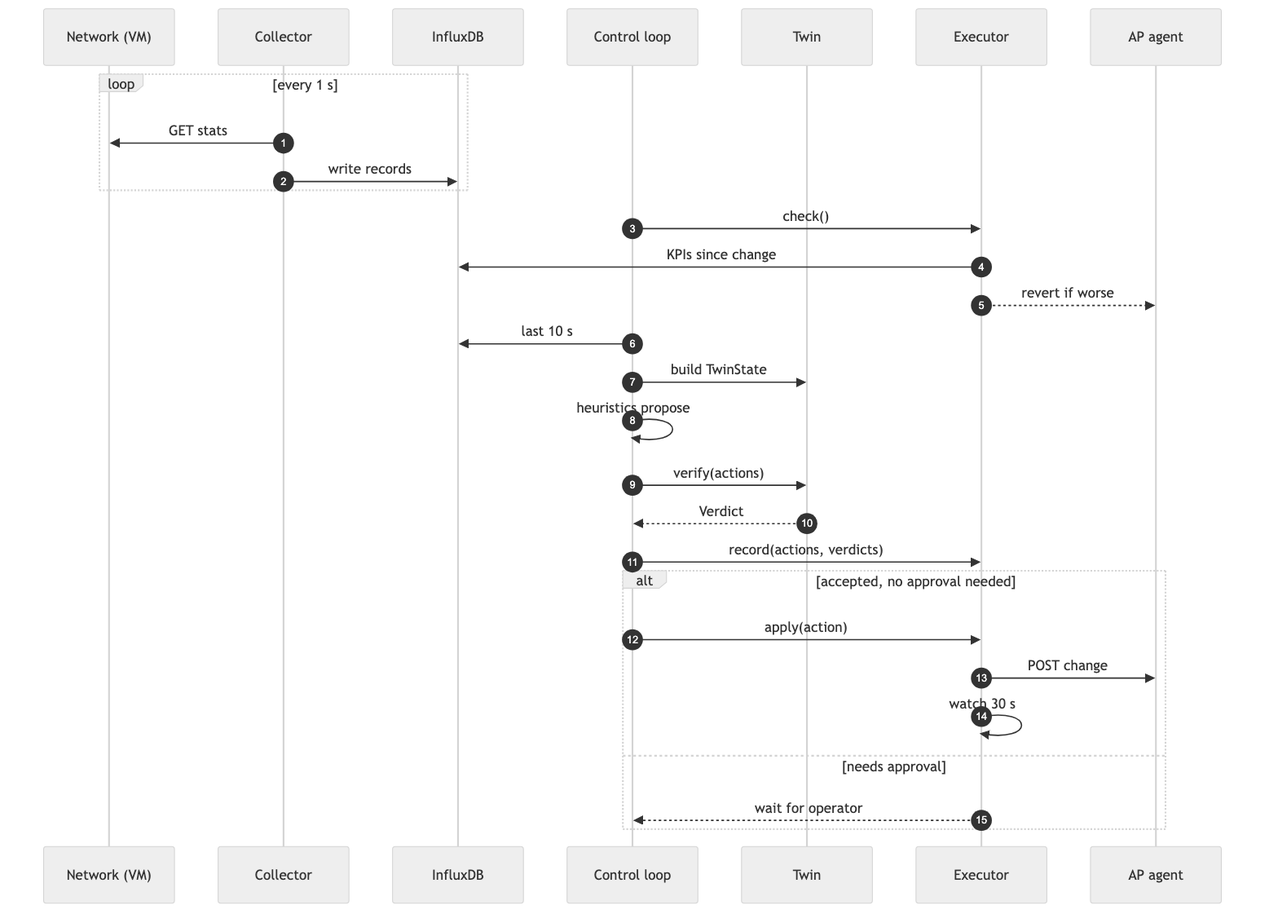
Earlier version of the Mermaid export docs/report/figures/fig-3-2.png (AggimallaAbhishek/Digital-Twin-SDN). Its source is kept beside it as docs/report/figures/fig-3-2.mmd.
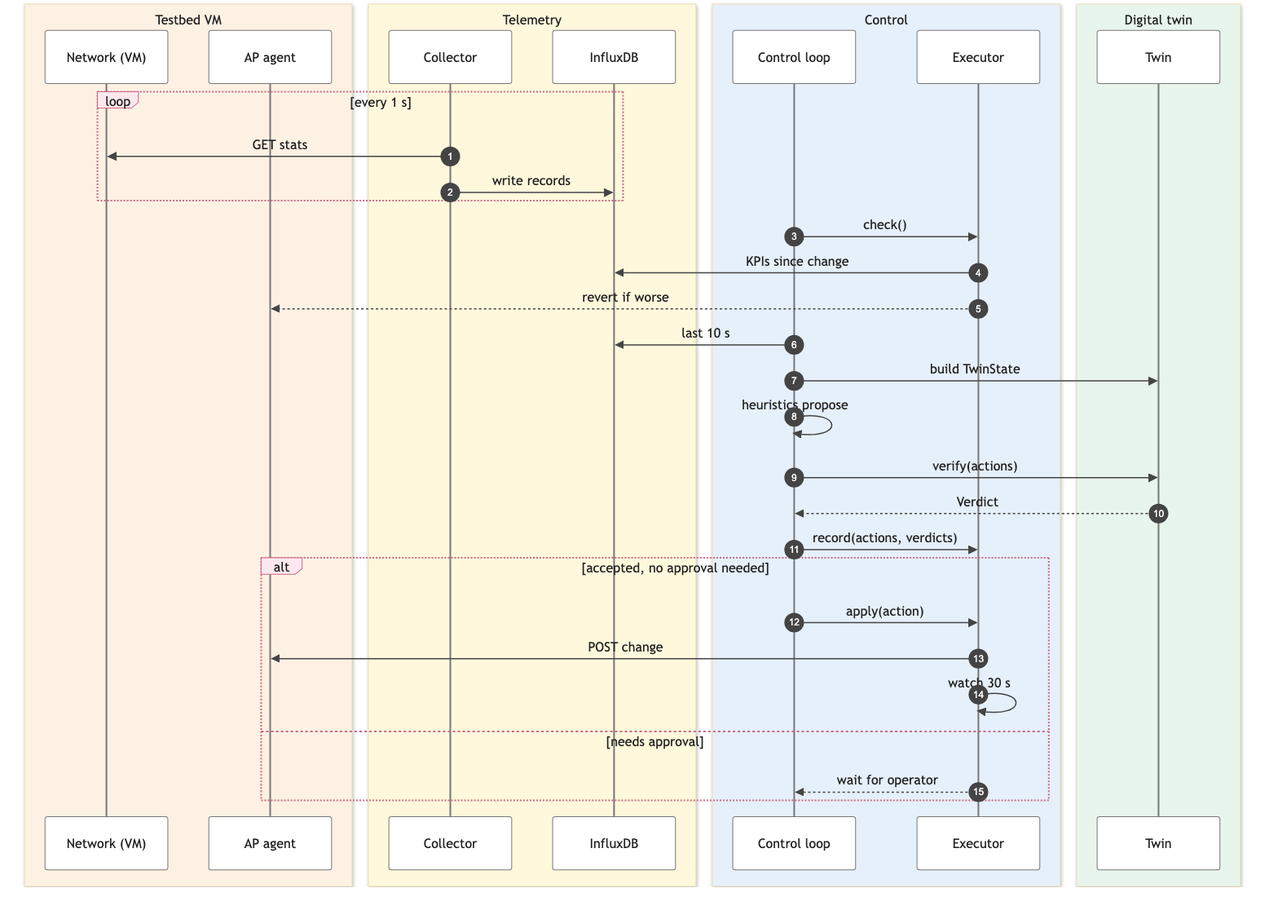
The same file after the commit.

What changed in the source:
```diff
@@ -1,12 +1,21 @@
+%%{init: {"theme": "base", "themeVariables": {"primaryTextColor": "#222222", "lineColor": "#555555", "actorBkg": "#ffffff", "actorBorder": "#777777", "actorTextColor": "#222222", "signalColor": "#444444", "signalTextColor": "#222222", "labelBoxBkgColor": "#FCE8EE", "labelBoxBorderColor": "#C96B86", "loopTextColor": "#222222", "sequenceNumberColor": "#ffffff"}}}%%
 sequenceDiagram
     autonumber
+    box rgb(253,241,227) Testbed VM
     participant N as Network (VM)
+    participant A as AP agent
+    end
+    box rgb(255,248,220) Telemetry
     participant C as Collector
     participant DB as InfluxDB
+    end
+    box rgb(230,240,250) Control
     participant L as Control loop
+    participant X as Executor
+    end
+    box rgb(232,245,236) Digital twin
     participant T as Twin
-    participant X as Executor
-    participant A as AP agent
+    end
 
     loop every 1 s
         C->>N: GET stats
```
